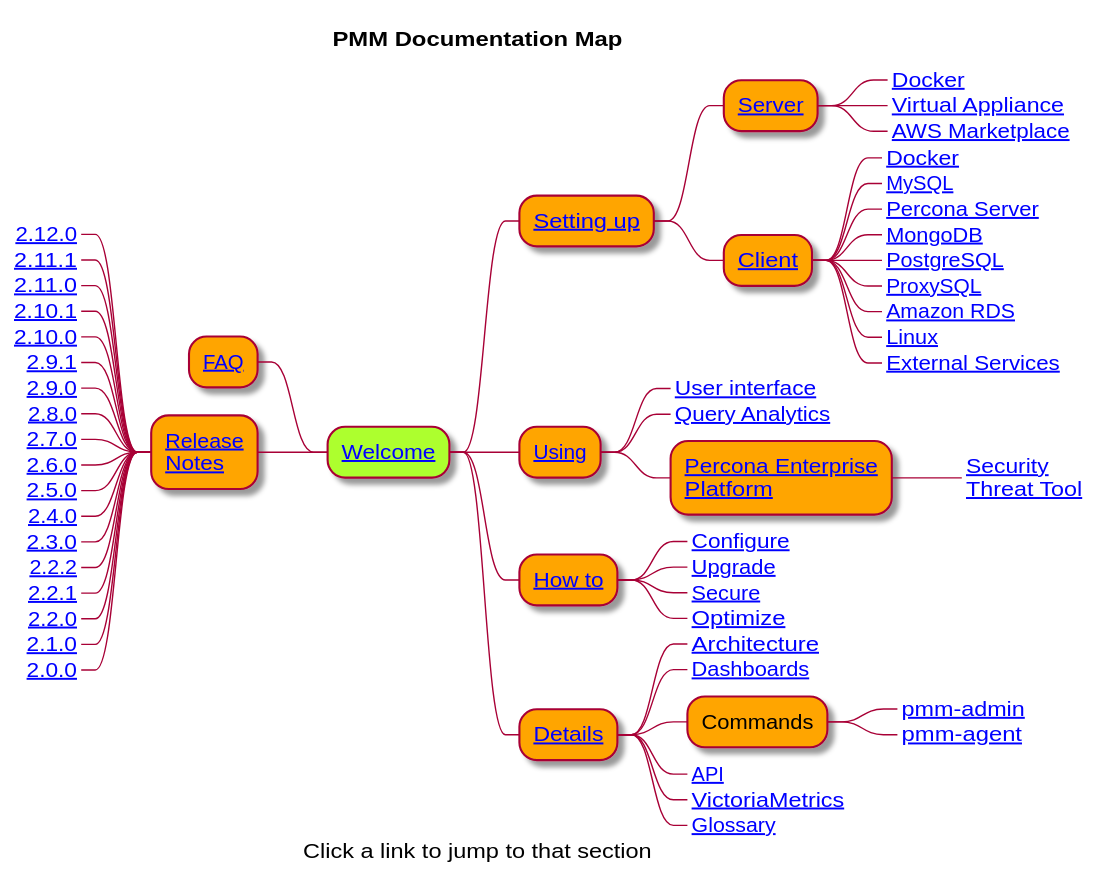
Before: docs/_images/PMM_Documentation_Map.svg, a diagram exported from PlantUML (percona/pmm).
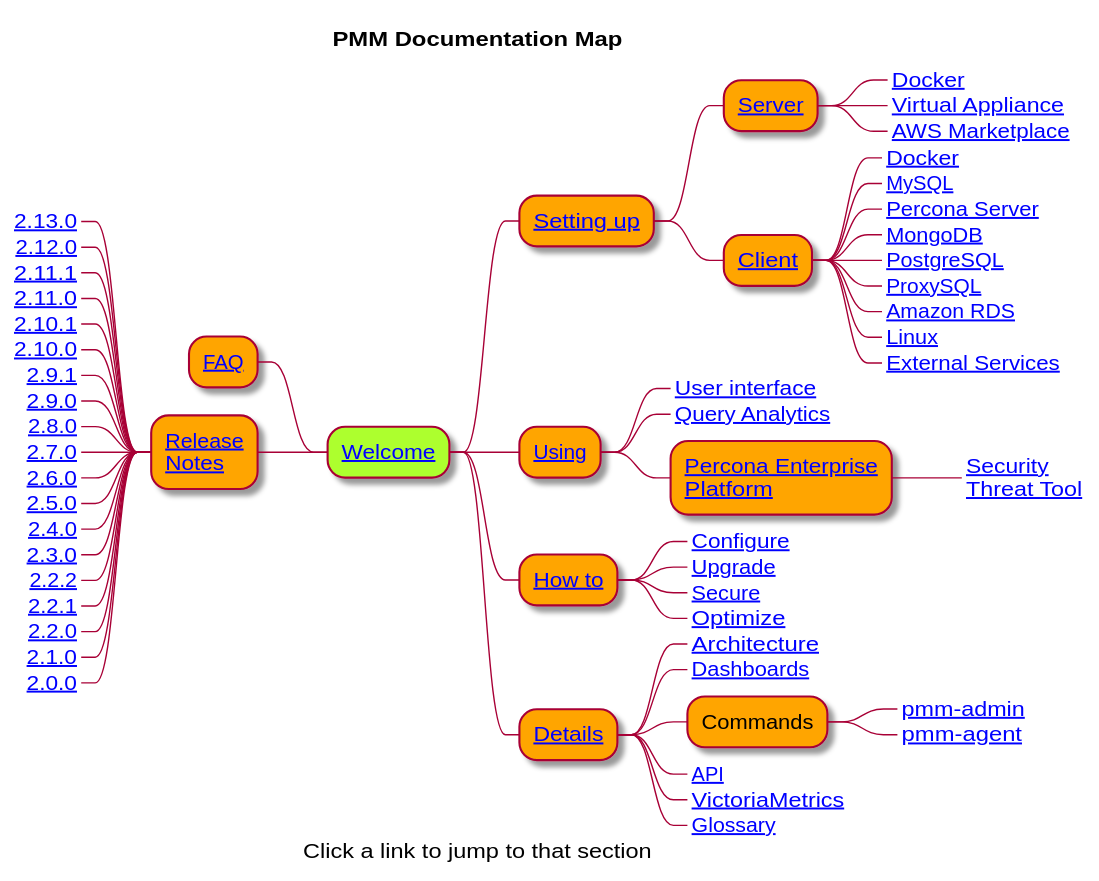
After the commit.

Change to the diagram source:
```diff
@@ -55,6 +55,7 @@
 ** [[https://www.percona.com/doc/percona-monitoring-and-management/2.x/faq.html FAQ]]
 
 ** [[https://www.percona.com/doc/percona-monitoring-and-management/2.x/release-notes/ Release\nNotes]]
+***_ [[https://www.percona.com/doc/percona-monitoring-and-management/2.x/release-notes/2.13.0.html 2.13.0]]
 ***_ [[https://www.percona.com/doc/percona-monitoring-and-management/2.x/release-notes/2.12.0.html 2.12.0]]
 ***_ [[https://www.percona.com/doc/percona-monitoring-and-management/2.x/release-notes/2.11.1.html 2.11.1]]
 ***_ [[https://www.percona.com/doc/percona-monitoring-and-management/2.x/release-notes/2.11.0.html 2.11.0]]
```
